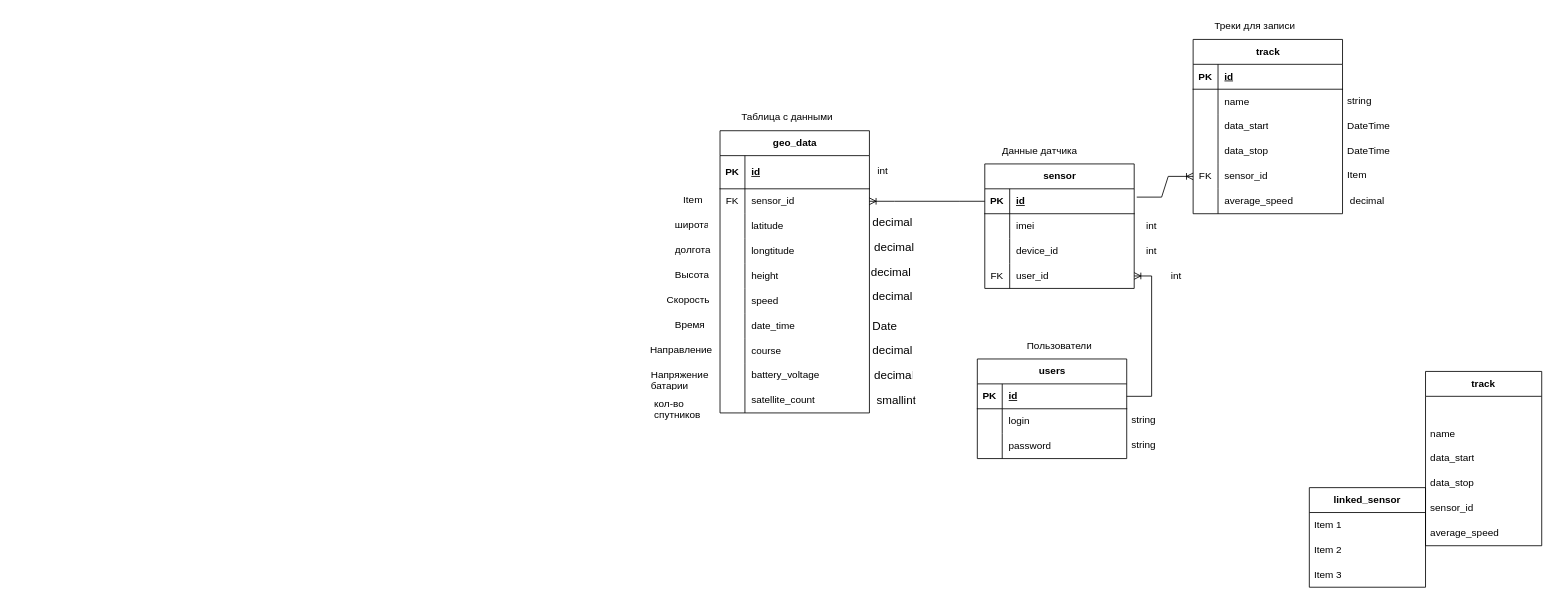
Above: dsadasd.drawio in emfermenty/university.cpp (draw.io), before the change. Source tidied: cells renumbered, new cells numbered last; positions are measured from the earlier drawing's top-left corner, leaving out a move shared by most shapes. Both pictures are drawn from the tidied source at 83%, with x=0, y=0 at pixel (645, 14).
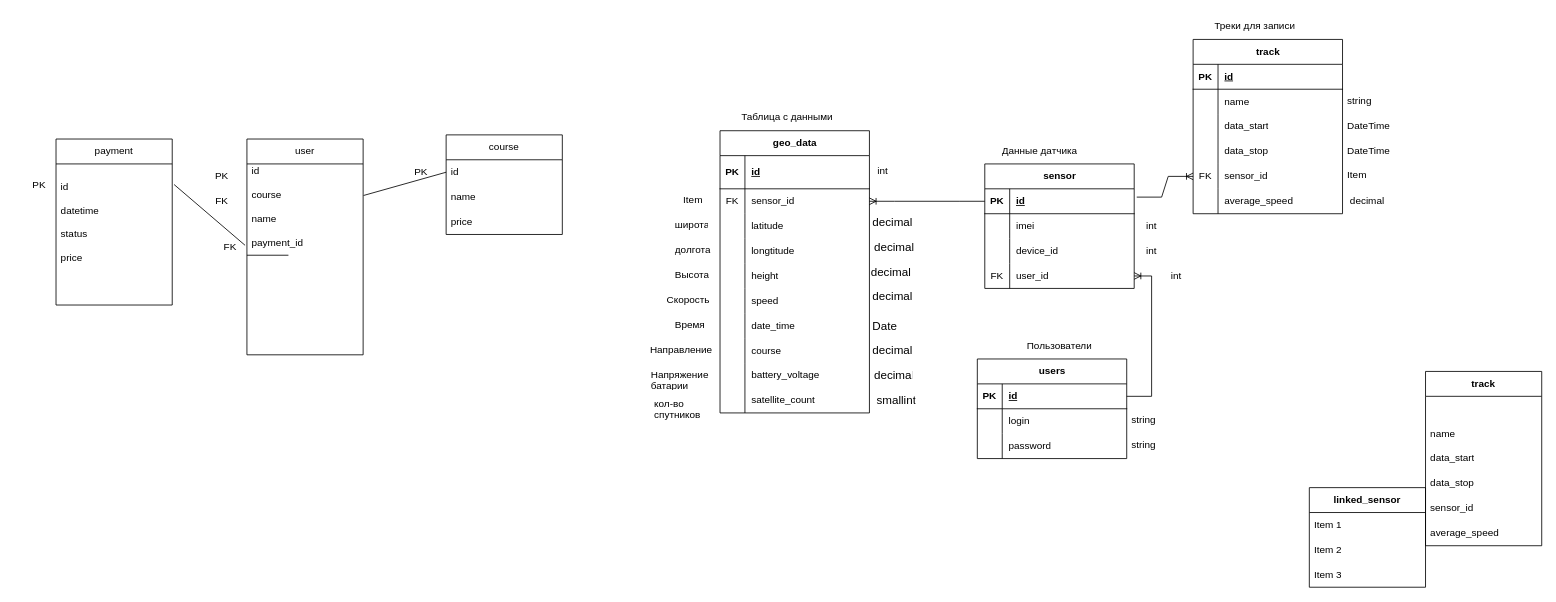
The same diagram, later.

Change to the diagram source:
```diff
@@
+    <mxCell id="121" value="user" style="swimlane;fontStyle=0;horizontal=1;startSize=30;whiteSpace=wrap;html=1;" parent="1" vertex="1">
+      <mxGeometry x="-480" y="150" width="140" height="260" as="geometry" />
+    </mxCell>
+    <mxCell id="122" value="payment" style="swimlane;fontStyle=0;horizontal=1;startSize=30;whiteSpace=wrap;html=1;" parent="1" vertex="1">
+      <mxGeometry x="-710" y="150" width="140" height="200" as="geometry" />
+    </mxCell>
+    <mxCell id="123" value="&lt;div&gt;id&lt;/div&gt;&lt;div&gt;&lt;br&gt;&lt;/div&gt;datetime&lt;div&gt;&lt;br&gt;&lt;/div&gt;&lt;div&gt;status&lt;/div&gt;&lt;div&gt;&lt;br&gt;&lt;/div&gt;&lt;div&gt;price&lt;/div&gt;&lt;div&gt;&lt;br&gt;&lt;/div&gt;&lt;div&gt;&lt;br&gt;&lt;/div&gt;" style="text;strokeColor=none;fillColor=none;align=left;verticalAlign=middle;spacingLeft=4;spacingRight=4;overflow=hidden;points=[[0,0.5],[1,0.5]];portConstraint=eastwest;whiteSpace=wrap;html=1;" parent="122" vertex="1">
+      <mxGeometry y="30" width="140" height="170" as="geometry" />
+    </mxCell>
+    <mxCell id="124" value="course" style="swimlane;fontStyle=0;horizontal=1;startSize=30;whiteSpace=wrap;html=1;" parent="1" vertex="1">
+      <mxGeometry x="-240" y="145" width="140" height="120" as="geometry" />
+    </mxCell>
+    <mxCell id="125" value="id" style="text;strokeColor=none;fillColor=none;align=left;verticalAlign=middle;spacingLeft=4;spacingRight=4;overflow=hidden;whiteSpace=wrap;html=1;" parent="124" vertex="1">
+      <mxGeometry y="30" width="140" height="30" as="geometry" />
+    </mxCell>
+    <mxCell id="126" value="name" style="text;strokeColor=none;fillColor=none;align=left;verticalAlign=middle;spacingLeft=4;spacingRight=4;overflow=hidden;whiteSpace=wrap;html=1;" parent="124" vertex="1">
+      <mxGeometry y="60" width="140" height="30" as="geometry" />
+    </mxCell>
+    <mxCell id="127" value="price" style="text;strokeColor=none;fillColor=none;align=left;verticalAlign=middle;spacingLeft=4;spacingRight=4;overflow=hidden;whiteSpace=wrap;html=1;" parent="124" vertex="1">
+      <mxGeometry y="90" width="140" height="30" as="geometry" />
+    </mxCell>
+    <mxCell id="128" value="FK" style="text;html=1;align=center;verticalAlign=middle;whiteSpace=wrap;rounded=0;" parent="1" vertex="1">
+      <mxGeometry x="-530" y="265" width="60" height="30" as="geometry" />
+    </mxCell>
+    <mxCell id="129" value="PK" style="text;html=1;align=center;verticalAlign=middle;whiteSpace=wrap;rounded=0;" parent="1" vertex="1">
+      <mxGeometry x="-580" y="180" width="140" height="30" as="geometry" />
+    </mxCell>
+    <mxCell id="130" value="PK" style="text;html=1;align=center;verticalAlign=middle;whiteSpace=wrap;rounded=0;" parent="1" vertex="1">
+      <mxGeometry x="-300" y="175" width="60" height="30" as="geometry" />
+    </mxCell>
+    <mxCell id="131" value="PK" style="text;html=1;align=center;verticalAlign=middle;whiteSpace=wrap;rounded=0;" parent="1" vertex="1">
+      <mxGeometry x="-760" y="190" width="60" height="30" as="geometry" />
+    </mxCell>
+    <mxCell id="132" value="FK" style="text;html=1;align=center;verticalAlign=middle;whiteSpace=wrap;rounded=0;" parent="1" vertex="1">
+      <mxGeometry x="-540" y="210" width="60" height="30" as="geometry" />
+    </mxCell>
+    <mxCell id="133" style="endArrow=none;html=1;rounded=0;" parent="1" edge="1" source="135">
+      <mxGeometry relative="1" as="geometry">
+        <mxPoint x="-430" y="290" as="targetPoint" />
+      </mxGeometry>
+    </mxCell>
+    <mxCell id="134" style="endArrow=none;html=1;rounded=0;" parent="1" edge="1" target="135">
+      <mxGeometry relative="1" as="geometry">
+        <mxPoint x="-480" y="340" as="sourcePoint" />
+      </mxGeometry>
+    </mxCell>
+    <mxCell id="135" value="&lt;div&gt;id&lt;/div&gt;&lt;div&gt;&lt;br&gt;&lt;/div&gt;&lt;div&gt;course&lt;/div&gt;&lt;div&gt;&lt;br&gt;&lt;/div&gt;&lt;div&gt;name&lt;/div&gt;&lt;div&gt;&lt;br&gt;&lt;/div&gt;&lt;div&gt;payment_id&lt;/div&gt;" style="text;strokeColor=none;fillColor=none;align=left;verticalAlign=top;spacingLeft=4;spacingRight=4;overflow=hidden;points=[[0,0.5],[1,0.5]];portConstraint=eastwest;whiteSpace=wrap;html=1;" parent="1" vertex="1">
+      <mxGeometry x="-480" y="175" width="140" height="230" as="geometry" />
+    </mxCell>
+    <mxCell id="136" style="endArrow=none;html=1;rounded=0;entryX=1.016;entryY=0.146;entryDx=0;entryDy=0;entryPerimeter=0;exitX=-0.016;exitY=0.448;exitDx=0;exitDy=0;exitPerimeter=0;" parent="1" edge="1" source="135" target="123">
+      <mxGeometry relative="1" as="geometry" />
+    </mxCell>
+    <mxCell id="137" style="endArrow=none;html=1;rounded=0;entryX=1.004;entryY=0.187;entryDx=0;entryDy=0;entryPerimeter=0;" parent="1" edge="1" target="135">
+      <mxGeometry relative="1" as="geometry">
+        <mxPoint x="-240" y="190" as="sourcePoint" />
+        <Array as="points">
+          <mxPoint x="-240" y="190" />
+        </Array>
+      </mxGeometry>
+    </mxCell>
```
